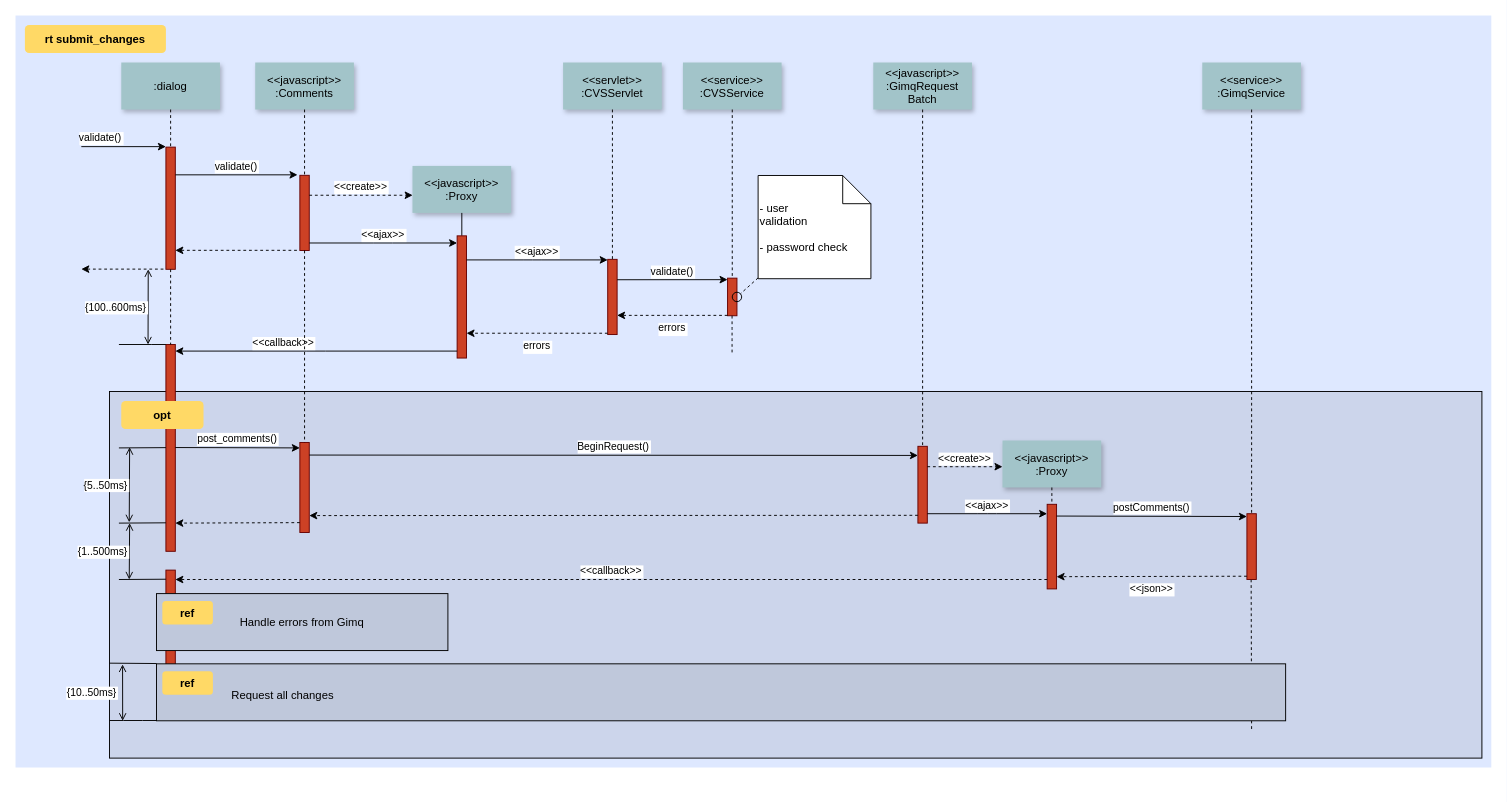
This is pdf-sequence.drawio from cnTailor/draw, a draw.io file, before an edit. Source tidied: cells renumbered, new cells numbered last; positions are measured from the earlier drawing's top-left corner, leaving out a move shared by most shapes. Both pictures are drawn from the tidied source at 94%, with x=0, y=0 at pixel (15, 15).
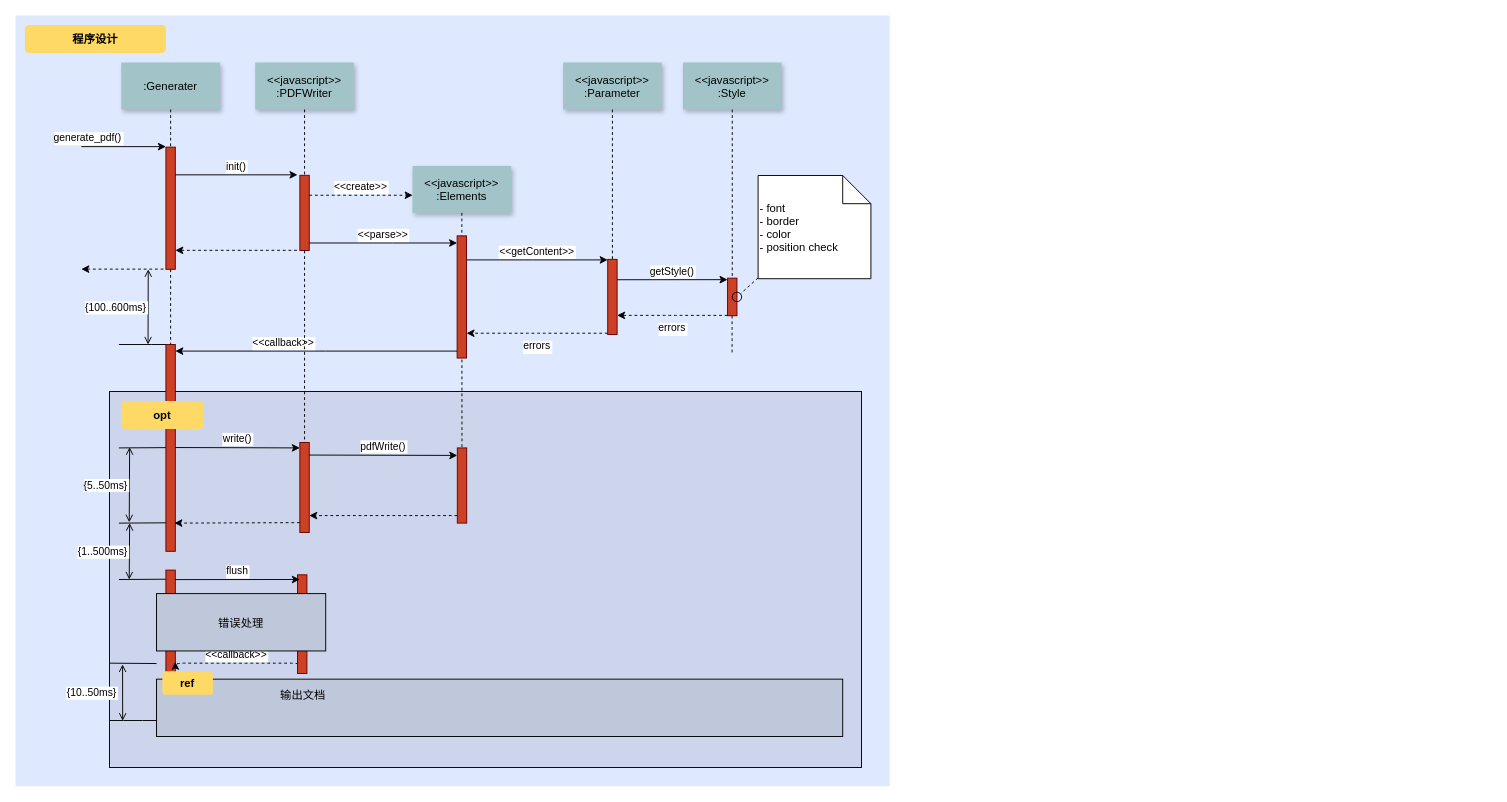
The same diagram, later.

The change refers to these unchanged cells:
```xml
<mxCell id="8" style="fillColor=#CC4125;strokeColor=#660000;" parent="1" vertex="1">
  <mxGeometry x="302.5" y="170" width="10" height="80" as="geometry" />
</mxCell>
<mxCell id="17" style="fillColor=#CC4125;strokeColor=#660000;" parent="1" vertex="1">
  <mxGeometry x="469.8" y="234.4" width="10" height="130" as="geometry" />
</mxCell>
<mxCell id="19" style="fillColor=#CC4125;strokeColor=#660000;" parent="1" vertex="1">
  <mxGeometry x="630" y="259.4" width="10" height="80" as="geometry" />
</mxCell>
<mxCell id="35" style="fillColor=#CC4125;strokeColor=#660000;" parent="1" vertex="1">
  <mxGeometry x="160" y="350" width="10" height="220" as="geometry" />
</mxCell>
<mxCell id="57" style="fillColor=#CC4125;strokeColor=#660000;" parent="1" vertex="1">
  <mxGeometry x="160" y="590" width="10" height="130" as="geometry" />
</mxCell>
```

Diff of the diagram source:
```diff
@@
     <mxCell id="2" style="fillColor=#DEE8FF;strokeColor=none;" parent="1" vertex="1">
-      <mxGeometry width="1570" height="800" as="geometry" />
+      <mxGeometry width="930" height="820" as="geometry" />
     </mxCell>
     <mxCell id="3" style="fillColor=#CCD5EB;" parent="1" vertex="1">
-      <mxGeometry x="100" y="400" width="1460" height="390" as="geometry" />
+      <mxGeometry x="100" y="400" width="800" height="400" as="geometry" />
     </mxCell>
-    <mxCell id="4" style="edgeStyle=elbowEdgeStyle;elbow=horizontal;endArrow=none;dashed=1;" parent="1" edge="1">
-      <mxGeometry x="1460" y="437.9" as="geometry">
-        <mxPoint x="1314.5" y="600" as="sourcePoint" />
-        <mxPoint x="1314.5" y="760" as="targetPoint" />
-      </mxGeometry>
-    </mxCell>
@@
-    <mxCell id="6" value="validate()" style="edgeStyle=none;verticalLabelPosition=top;verticalAlign=bottom;labelPosition=left;align=right;" parent="1" edge="1">
+    <mxCell id="6" value="generate_pdf()" style="edgeStyle=none;verticalLabelPosition=top;verticalAlign=bottom;labelPosition=left;align=right;" parent="1" edge="1">
       <mxGeometry x="110" y="49.5" as="geometry">
         <mxPoint x="70" y="139.5" as="sourcePoint" />
         <mxPoint x="160" y="139.5" as="targetPoint" />
       </mxGeometry>
     </mxCell>
-    <mxCell id="7" value=":dialog" style="shadow=1;fillColor=#A2C4C9;strokeColor=none;" parent="1" vertex="1">
+    <mxCell id="7" value=":Generater" style="shadow=1;fillColor=#A2C4C9;strokeColor=none;" parent="1" vertex="1">
       <mxGeometry x="112.5" y="50" width="105" height="50" as="geometry" />
     </mxCell>
@@
-    <mxCell id="9" value="&lt;&lt;javascript&gt;&gt;&#10;:Comments" style="shadow=1;fillColor=#A2C4C9;strokeColor=none;" parent="1" vertex="1">
+    <mxCell id="9" value="&lt;&lt;javascript&gt;&gt;&#10;:PDFWriter" style="shadow=1;fillColor=#A2C4C9;strokeColor=none;" parent="1" vertex="1">
       <mxGeometry x="255" y="50" width="105" height="50" as="geometry" />
     </mxCell>
@@
-    <mxCell id="11" value="validate()" style="edgeStyle=none;verticalLabelPosition=top;verticalAlign=bottom;" parent="1" edge="1">
+    <mxCell id="11" value="init()" style="edgeStyle=none;verticalLabelPosition=top;verticalAlign=bottom;" parent="1" edge="1">
       <mxGeometry x="220" y="92" as="geometry">
         <mxPoint x="170" y="169.5" as="sourcePoint" />
         <mxPoint x="300" y="169.5" as="targetPoint" />
       </mxGeometry>
     </mxCell>
@@
-    <mxCell id="15" value="&lt;&lt;javascript&gt;&gt;&#10;:Proxy" style="shadow=1;fillColor=#A2C4C9;strokeColor=none;" parent="1" vertex="1">
+    <mxCell id="15" value="&lt;&lt;javascript&gt;&gt;&#10;:Elements" style="shadow=1;fillColor=#A2C4C9;strokeColor=none;" parent="1" vertex="1">
       <mxGeometry x="422.3" y="160" width="105" height="50" as="geometry" />
     </mxCell>
-    <mxCell id="16" style="edgeStyle=none;endArrow=none;" parent="1" edge="1" source="15" target="17">
+    <mxCell id="16" style="edgeStyle=none;endArrow=none;dashed=1;" parent="1" edge="1" source="15" target="75">
       <mxGeometry x="437" y="270" as="geometry" />
     </mxCell>
@@
-    <mxCell id="18" value="&lt;&lt;ajax&gt;&gt;" style="edgeStyle=elbowEdgeStyle;elbow=vertical;verticalLabelPosition=top;verticalAlign=bottom;" parent="1" edge="1" source="8" target="17">
+    <mxCell id="18" value="&lt;&lt;parse&gt;&gt;" style="edgeStyle=elbowEdgeStyle;elbow=vertical;verticalLabelPosition=top;verticalAlign=bottom;" parent="1" edge="1" source="8" target="17">
       <mxGeometry x="350" y="290" as="geometry" />
     </mxCell>
@@
-    <mxCell id="20" value="&lt;&lt;servlet&gt;&gt;&#10;:CVSServlet" style="shadow=1;fillColor=#A2C4C9;strokeColor=none;" parent="1" vertex="1">
+    <mxCell id="20" value="&lt;&lt;javascript&gt;&gt;&#10;:Parameter" style="shadow=1;fillColor=#A2C4C9;strokeColor=none;" parent="1" vertex="1">
       <mxGeometry x="582.5" y="50" width="105" height="50" as="geometry" />
     </mxCell>
@@
-    <mxCell id="22" value="&lt;&lt;service&gt;&gt;&#10;:CVSService" style="shadow=1;fillColor=#A2C4C9;strokeColor=none;" parent="1" vertex="1">
+    <mxCell id="22" value="&lt;&lt;javascript&gt;&gt;&#10;:Style" style="shadow=1;fillColor=#A2C4C9;strokeColor=none;" parent="1" vertex="1">
       <mxGeometry x="710" y="50" width="105" height="50" as="geometry" />
     </mxCell>
@@
-    <mxCell id="25" value="&lt;&lt;ajax&gt;&gt;" style="edgeStyle=elbowEdgeStyle;elbow=vertical;verticalLabelPosition=top;verticalAlign=bottom;" parent="1" edge="1" source="17" target="19">
+    <mxCell id="25" value="&lt;&lt;getContent&gt;&gt;" style="edgeStyle=elbowEdgeStyle;elbow=vertical;verticalLabelPosition=top;verticalAlign=bottom;" parent="1" edge="1" source="17" target="19">
       <mxGeometry x="540" y="270" as="geometry">
         <Array as="points">
           <mxPoint x="550" y="260" />
         </Array>
       </mxGeometry>
     </mxCell>
@@
-    <mxCell id="27" value="&lt;&lt;javascript&gt;&gt;&#10;:GimqRequest&#10;Batch" style="shadow=1;fillColor=#A2C4C9;strokeColor=none;" parent="1" vertex="1">
-      <mxGeometry x="912.5" y="50" width="105" height="50" as="geometry" />
-    </mxCell>
@@
-    <mxCell id="29" value="validate()" style="edgeStyle=elbowEdgeStyle;elbow=vertical;verticalLabelPosition=top;verticalAlign=bottom;" parent="1" edge="1">
+    <mxCell id="29" value="getStyle()" style="edgeStyle=elbowEdgeStyle;elbow=vertical;verticalLabelPosition=top;verticalAlign=bottom;" parent="1" edge="1">
       <mxGeometry x="550" y="261.7" as="geometry">
         <mxPoint x="640" y="281.1" as="sourcePoint" />
         <mxPoint x="757.5" y="281.1" as="targetPoint" />
       </mxGeometry>
     </mxCell>
@@
-    <mxCell id="33" value=" - user&#10; validation&#10;&#10; - password check" style="shape=note;align=left;" parent="1" vertex="1">
+    <mxCell id="33" value=" - font&#10;- border&#10;- color&#10; - position check" style="shape=note;align=left;" parent="1" vertex="1">
       <mxGeometry x="790" y="170.2" width="120" height="109.8" as="geometry" />
     </mxCell>
@@
-    <mxCell id="41" style="fillColor=#CC4125;strokeColor=#660000;" parent="1" vertex="1">
-      <mxGeometry x="960" y="458.3" width="10" height="81.7" as="geometry" />
-    </mxCell>
-    <mxCell id="42" style="edgeStyle=none;endArrow=none;dashed=1;" parent="1" edge="1" source="27" target="41">
-      <mxGeometry x="956.6" y="205" as="geometry" />
-    </mxCell>
-    <mxCell id="43" value="post_comments()" style="edgeStyle=elbowEdgeStyle;elbow=vertical;verticalLabelPosition=top;verticalAlign=bottom;" parent="1" edge="1">
+    <mxCell id="43" value="write()" style="edgeStyle=elbowEdgeStyle;elbow=vertical;verticalLabelPosition=top;verticalAlign=bottom;" parent="1" edge="1">
       <mxGeometry x="212.5" y="469.6" as="geometry">
         <mxPoint x="170" y="459.6" as="sourcePoint" />
         <mxPoint x="302.5" y="459.6" as="targetPoint" />
       </mxGeometry>
     </mxCell>
@@
-    <mxCell id="45" value="BeginRequest()" style="edgeStyle=elbowEdgeStyle;elbow=vertical;verticalLabelPosition=top;verticalAlign=bottom;" parent="1" edge="1">
+    <mxCell id="45" value="pdfWrite()" style="edgeStyle=elbowEdgeStyle;elbow=vertical;verticalLabelPosition=top;verticalAlign=bottom;" parent="1" edge="1">
       <mxGeometry x="530" y="436.8" as="geometry">
         <mxPoint x="312.5" y="467.6" as="sourcePoint" />
-        <mxPoint x="960" y="467.6" as="targetPoint" />
+        <mxPoint x="470" y="468" as="targetPoint" />
       </mxGeometry>
     </mxCell>
     <mxCell id="46" style="edgeStyle=elbowEdgeStyle;elbow=vertical;dashed=1;verticalLabelPosition=bottom;verticalAlign=top;" parent="1" edge="1">
       <mxGeometry x="530" y="549.1" as="geometry">
-        <mxPoint x="960" y="531.7" as="sourcePoint" />
+        <mxPoint x="470" y="532" as="sourcePoint" />
         <mxPoint x="312.5" y="531.7" as="targetPoint" />
       </mxGeometry>
     </mxCell>
-    <mxCell id="47" value="&lt;&lt;javascript&gt;&gt;&#10;:Proxy" style="shadow=1;fillColor=#A2C4C9;strokeColor=none;" parent="1" vertex="1">
-      <mxGeometry x="1050" y="452.1" width="105" height="50" as="geometry" />
-    </mxCell>
-    <mxCell id="48" style="edgeStyle=none;endArrow=none;dashed=1;" parent="1" edge="1" source="47" target="49">
-      <mxGeometry x="1204.1" y="380.1" as="geometry" />
-    </mxCell>
-    <mxCell id="49" style="fillColor=#CC4125;strokeColor=#660000;" parent="1" vertex="1">
-      <mxGeometry x="1097.5" y="520" width="10" height="90" as="geometry" />
-    </mxCell>
-    <mxCell id="50" style="fillColor=#CC4125;strokeColor=#660000;" parent="1" vertex="1">
-      <mxGeometry x="1310" y="530" width="10" height="70" as="geometry" />
-    </mxCell>
-    <mxCell id="51" value="&lt;&lt;create&gt;&gt;" style="edgeStyle=elbowEdgeStyle;elbow=vertical;verticalLabelPosition=top;verticalAlign=bottom;dashed=1;" parent="1" edge="1" source="41" target="47">
-      <mxGeometry x="901.2" y="322.5" as="geometry" />
-    </mxCell>
-    <mxCell id="52" value="&lt;&lt;ajax&gt;&gt;" style="edgeStyle=elbowEdgeStyle;elbow=vertical;verticalLabelPosition=top;verticalAlign=bottom;" parent="1" edge="1" source="41" target="49">
-      <mxGeometry x="1065" y="359.5" as="geometry" />
-    </mxCell>
-    <mxCell id="53" value="postComments()" style="edgeStyle=elbowEdgeStyle;elbow=vertical;verticalLabelPosition=top;verticalAlign=bottom;" parent="1" edge="1">
-      <mxGeometry x="1225" y="309.5" as="geometry">
-        <mxPoint x="1107.5" y="532.5" as="sourcePoint" />
-        <mxPoint x="1310" y="532.5" as="targetPoint" />
-      </mxGeometry>
-    </mxCell>
-    <mxCell id="54" value="&lt;&lt;json&gt;&gt;" style="edgeStyle=elbowEdgeStyle;elbow=vertical;dashed=1;verticalLabelPosition=bottom;verticalAlign=top;" parent="1" edge="1">
-      <mxGeometry x="1075" y="396" as="geometry">
-        <mxPoint x="1310" y="596.5" as="sourcePoint" />
-        <mxPoint x="1107.5" y="596.5" as="targetPoint" />
-      </mxGeometry>
-    </mxCell>
-    <mxCell id="55" value="&lt;&lt;service&gt;&gt;&#10;:GimqService" style="shadow=1;fillColor=#A2C4C9;strokeColor=none;" parent="1" vertex="1">
-      <mxGeometry x="1262.5" y="50" width="105" height="50" as="geometry" />
-    </mxCell>
-    <mxCell id="56" style="edgeStyle=none;endArrow=none;dashed=1;" parent="1" edge="1" source="55" target="50">
-      <mxGeometry x="1174.1" y="210" as="geometry" />
-    </mxCell>
@@
-    <mxCell id="58" style="edgeStyle=elbowEdgeStyle;elbow=vertical;dashed=1;verticalLabelPosition=bottom;verticalAlign=top;" parent="1" edge="1">
+    <mxCell id="58" style="edgeStyle=elbowEdgeStyle;elbow=vertical;dashed=1;verticalLabelPosition=bottom;verticalAlign=top;entryX=0.9;entryY=0.864;entryDx=0;entryDy=0;entryPerimeter=0;" parent="1" edge="1" target="35">
       <mxGeometry x="507.5" y="664.3" as="geometry">
         <mxPoint x="302.5" y="539.5" as="sourcePoint" />
-        <mxPoint x="170" y="539.5" as="targetPoint" />
       </mxGeometry>
     </mxCell>
-    <mxCell id="59" value="&lt;&lt;callback&gt;&gt;" style="edgeStyle=elbowEdgeStyle;elbow=vertical;dashed=1;verticalLabelPosition=bottom;verticalAlign=bottom;" parent="1" edge="1" source="49" target="57">
-      <mxGeometry x="540" y="559.1" as="geometry" />
+    <mxCell id="59" value="&lt;&lt;callback&gt;&gt;" style="edgeStyle=elbowEdgeStyle;elbow=vertical;dashed=1;verticalLabelPosition=bottom;verticalAlign=bottom;exitX=0.137;exitY=0;exitDx=0;exitDy=0;exitPerimeter=0;entryX=1;entryY=0.75;entryDx=0;entryDy=0;" parent="1" edge="1" target="57">
+      <mxGeometry x="590" y="543.6" as="geometry">
+        <mxPoint x="300" y="690.5" as="sourcePoint" />
+      </mxGeometry>
     </mxCell>
-    <mxCell id="60" value="rt submit_changes" style="rounded=1;fontStyle=1;fillColor=#FFD966;strokeColor=none;" parent="1" vertex="1">
+    <mxCell id="60" value="程序设计" style="rounded=1;fontStyle=1;fillColor=#FFD966;strokeColor=none;" parent="1" vertex="1">
       <mxGeometry x="10" y="10" width="150" height="30" as="geometry" />
     </mxCell>
@@
-    <mxCell id="62" value="Handle errors from Gimq" style="fillColor=#BFC8DB;" parent="1" vertex="1">
-      <mxGeometry x="150" y="615" width="310" height="60.6" as="geometry" />
-    </mxCell>
@@
     <mxCell id="64" style="align=left;fillColor=#BFC8DB;" parent="1" vertex="1">
-      <mxGeometry x="150" y="689.7" width="1201.2" height="60.6" as="geometry" />
+      <mxGeometry x="150" y="706" width="730" height="61" as="geometry" />
     </mxCell>
@@
-    <mxCell id="66" value="Request all changes" style="text;align=left;" parent="1" vertex="1">
-      <mxGeometry x="228.1" y="710.1" width="351.8" height="26" as="geometry" />
+    <mxCell id="66" value="输出文档" style="text;align=left;" parent="1" vertex="1">
+      <mxGeometry x="280" y="710" width="300" height="26" as="geometry" />
     </mxCell>
@@
+    <mxCell id="75" style="fillColor=#CC4125;strokeColor=#660000;" parent="1" vertex="1">
+      <mxGeometry x="470" y="460" width="10" height="80" as="geometry" />
+    </mxCell>
+    <mxCell id="76" style="fillColor=#CC4125;strokeColor=#660000;" parent="1" vertex="1">
+      <mxGeometry x="300" y="595" width="10" height="105" as="geometry" />
+    </mxCell>
+    <mxCell id="62" value="错误处理" style="fillColor=#BFC8DB;" parent="1" vertex="1">
+      <mxGeometry x="150" y="615" width="180" height="61" as="geometry" />
+    </mxCell>
+    <mxCell id="77" value="flush" style="edgeStyle=elbowEdgeStyle;elbow=vertical;verticalLabelPosition=top;verticalAlign=bottom;" parent="1" edge="1">
+      <mxGeometry x="212.5" y="610.1" as="geometry">
+        <mxPoint x="170" y="600.1" as="sourcePoint" />
+        <mxPoint x="302.5" y="600.1" as="targetPoint" />
+      </mxGeometry>
+    </mxCell>
```
